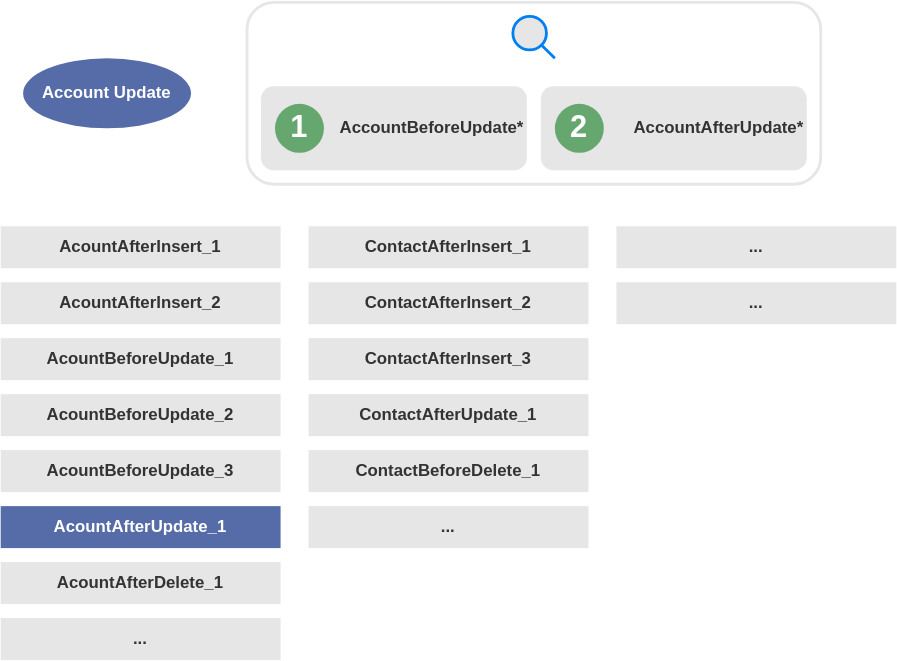
This is hwToolkit/resources/triggerDispatcher-Execution-3.svg from hwconsult/hwconsult.github.io, a draw.io export, as it was before one commit. Source tidied: cells renumbered, new cells last; positions are measured from the earlier drawing's top-left corner, leaving out a move shared by most shapes.
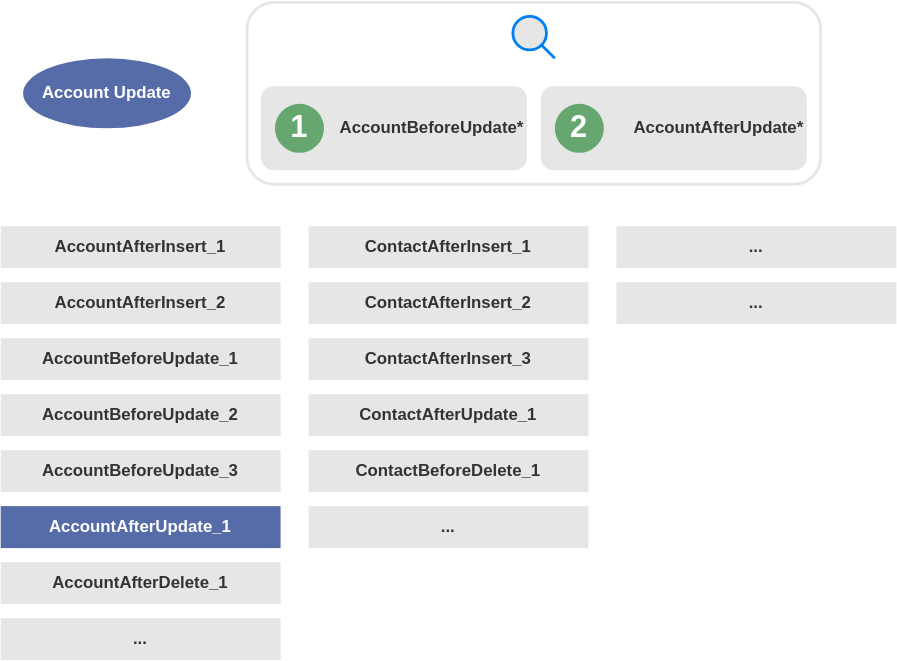
After the commit.

What changed in the source:
```diff
@@ -8,28 +8,28 @@
     <mxCell id="3" value="AccountBeforeUpdate*" style="rounded=1;whiteSpace=wrap;html=1;fillColor=#E6E6E6;fontColor=#333333;fontStyle=1;strokeColor=none;align=right;" parent="1" vertex="1">
       <mxGeometry x="186" y="60" width="190" height="60" as="geometry" />
     </mxCell>
-    <mxCell id="4" value="AcountAfterInsert_1" style="rounded=0;whiteSpace=wrap;html=1;strokeColor=none;fillColor=#E6E6E6;fontColor=#333333;fontStyle=1;" parent="1" vertex="1">
+    <mxCell id="4" value="AccountAfterInsert_1" style="rounded=0;whiteSpace=wrap;html=1;strokeColor=none;fillColor=#E6E6E6;fontColor=#333333;fontStyle=1;" parent="1" vertex="1">
       <mxGeometry y="160" width="200" height="30" as="geometry" />
     </mxCell>
-    <mxCell id="5" value="AcountAfterUpdate_1" style="rounded=0;whiteSpace=wrap;html=1;strokeColor=none;fillColor=#566CA8;fontColor=#FFFFFF;fontStyle=1;" parent="1" vertex="1">
+    <mxCell id="5" value="AccountAfterUpdate_1" style="rounded=0;whiteSpace=wrap;html=1;strokeColor=none;fillColor=#566CA8;fontColor=#FFFFFF;fontStyle=1;" parent="1" vertex="1">
       <mxGeometry y="360" width="200" height="30" as="geometry" />
     </mxCell>
-    <mxCell id="6" value="AcountBeforeUpdate_1" style="rounded=0;whiteSpace=wrap;html=1;strokeColor=none;fillColor=#E6E6E6;fontColor=#333333;fontStyle=1;" parent="1" vertex="1">
+    <mxCell id="6" value="AccountBeforeUpdate_1" style="rounded=0;whiteSpace=wrap;html=1;strokeColor=none;fillColor=#E6E6E6;fontColor=#333333;fontStyle=1;" parent="1" vertex="1">
       <mxGeometry y="240" width="200" height="30" as="geometry" />
     </mxCell>
-    <mxCell id="7" value="AcountAfterDelete_1" style="rounded=0;whiteSpace=wrap;html=1;strokeColor=none;fillColor=#E6E6E6;fontColor=#333333;fontStyle=1;" parent="1" vertex="1">
+    <mxCell id="7" value="AccountAfterDelete_1" style="rounded=0;whiteSpace=wrap;html=1;strokeColor=none;fillColor=#E6E6E6;fontColor=#333333;fontStyle=1;" parent="1" vertex="1">
       <mxGeometry y="400" width="200" height="30" as="geometry" />
     </mxCell>
     <mxCell id="8" value="&lt;span style=&quot;font-weight: 700 ; white-space: normal&quot;&gt;Account Update&lt;/span&gt;" style="ellipse;whiteSpace=wrap;html=1;fillColor=#566CA8;fontColor=#FFFFFF;strokeColor=none;" parent="1" vertex="1">
       <mxGeometry x="16" y="40" width="120" height="50" as="geometry" />
     </mxCell>
-    <mxCell id="9" value="AcountBeforeUpdate_2" style="rounded=0;whiteSpace=wrap;html=1;strokeColor=none;fillColor=#E6E6E6;fontColor=#333333;fontStyle=1;" parent="1" vertex="1">
+    <mxCell id="9" value="AccountBeforeUpdate_2" style="rounded=0;whiteSpace=wrap;html=1;strokeColor=none;fillColor=#E6E6E6;fontColor=#333333;fontStyle=1;" parent="1" vertex="1">
       <mxGeometry y="280" width="200" height="30" as="geometry" />
     </mxCell>
-    <mxCell id="10" value="AcountBeforeUpdate_3" style="rounded=0;whiteSpace=wrap;html=1;strokeColor=none;fillColor=#E6E6E6;fontColor=#333333;fontStyle=1;" parent="1" vertex="1">
+    <mxCell id="10" value="AccountBeforeUpdate_3" style="rounded=0;whiteSpace=wrap;html=1;strokeColor=none;fillColor=#E6E6E6;fontColor=#333333;fontStyle=1;" parent="1" vertex="1">
       <mxGeometry y="320" width="200" height="30" as="geometry" />
     </mxCell>
-    <mxCell id="11" value="AcountAfterInsert_2" style="rounded=0;whiteSpace=wrap;html=1;strokeColor=none;fillColor=#E6E6E6;fontColor=#333333;fontStyle=1;" parent="1" vertex="1">
+    <mxCell id="11" value="AccountAfterInsert_2" style="rounded=0;whiteSpace=wrap;html=1;strokeColor=none;fillColor=#E6E6E6;fontColor=#333333;fontStyle=1;" parent="1" vertex="1">
       <mxGeometry y="200" width="200" height="30" as="geometry" />
     </mxCell>
     <mxCell id="12" value="ContactAfterInsert_1" style="rounded=0;whiteSpace=wrap;html=1;strokeColor=none;fillColor=#E6E6E6;fontColor=#333333;fontStyle=1;" parent="1" vertex="1">
```
